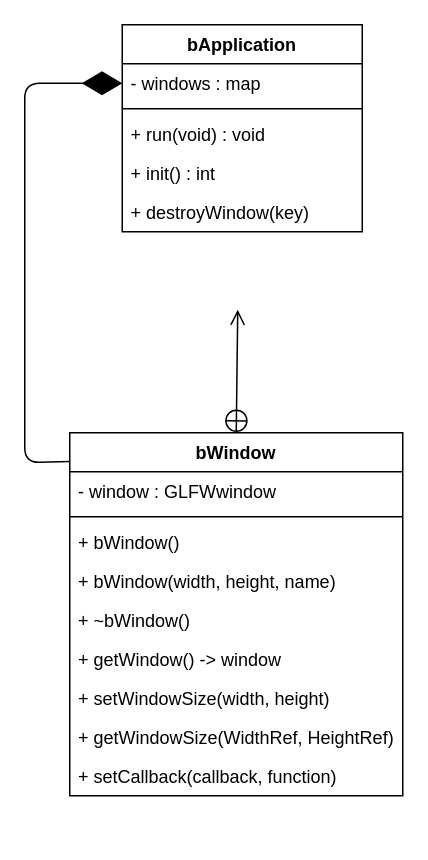
Before: docs/bApplication.drawio in LowFire/blazer3d, a draw.io diagram. Source tidied: cells renumbered, new cells numbered last; positions are measured from the earlier drawing's top-left corner, leaving out a move shared by most shapes. Both pictures are drawn from the tidied source at 150%, with x=0, y=0 at pixel (24, 24).
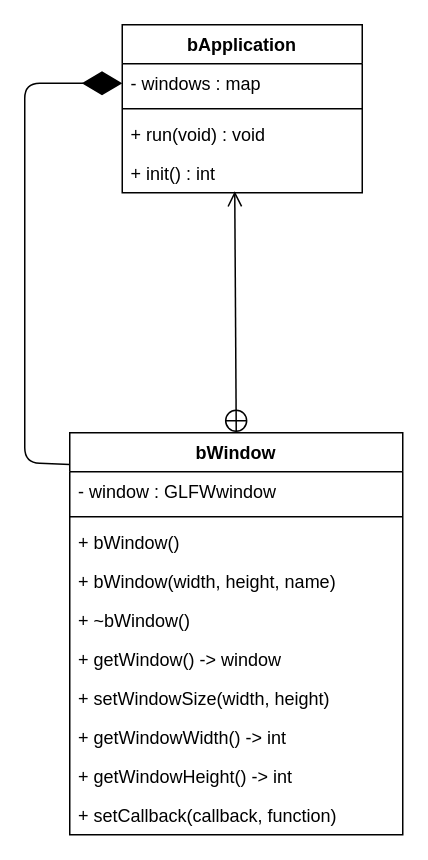
The same page after the edit.

The edit, as a diff of the source:
```diff
@@
     <mxCell id="2" value="bApplication" style="swimlane;fontStyle=1;align=center;verticalAlign=top;horizontal=1;startSize=26;" parent="1" vertex="1">
-      <mxGeometry x="65" width="160" height="138" as="geometry" />
+      <mxGeometry x="65" width="160" height="112" as="geometry" />
     </mxCell>
@@
-    <mxCell id="7" value="+ destroyWindow(key)" style="text;strokeColor=none;fillColor=none;align=left;verticalAlign=top;spacingLeft=4;spacingRight=4;overflow=hidden;" parent="2" vertex="1">
-      <mxGeometry y="112" width="160" height="26" as="geometry" />
-    </mxCell>
     <mxCell id="8" value="bWindow" style="swimlane;fontStyle=1;align=center;verticalAlign=top;horizontal=1;startSize=26;" parent="1" vertex="1">
-      <mxGeometry x="30" y="272" width="222" height="242" as="geometry" />
+      <mxGeometry x="30" y="272" width="222" height="268" as="geometry" />
     </mxCell>
@@
-    <mxCell id="16" value="+ getWindowSize(WidthRef, HeightRef) " style="text;strokeColor=none;fillColor=none;align=left;verticalAlign=top;spacingLeft=4;spacingRight=4;overflow=hidden;" parent="8" vertex="1">
+    <mxCell id="16" value="+ getWindowWidth() -&gt; int " style="text;strokeColor=none;fillColor=none;align=left;verticalAlign=top;spacingLeft=4;spacingRight=4;overflow=hidden;" parent="8" vertex="1">
       <mxGeometry y="190" width="222" height="26" as="geometry" />
     </mxCell>
+    <mxCell id="20" value="+ getWindowHeight() -&gt; int " style="text;strokeColor=none;fillColor=none;align=left;verticalAlign=top;spacingLeft=4;spacingRight=4;overflow=hidden;" parent="8" vertex="1">
+      <mxGeometry y="216" width="222" height="26" as="geometry" />
+    </mxCell>
     <mxCell id="17" value="+ setCallback(callback, function)" style="text;strokeColor=none;fillColor=none;align=left;verticalAlign=top;spacingLeft=4;spacingRight=4;overflow=hidden;" parent="8" vertex="1">
-      <mxGeometry y="216" width="222" height="26" as="geometry" />
+      <mxGeometry y="242" width="222" height="26" as="geometry" />
     </mxCell>
@@
     <mxCell id="19" style="endArrow=open;startArrow=circlePlus;endFill=0;startFill=0;endSize=8;html=1;exitX=0.5;exitY=0;exitDx=0;exitDy=0;" parent="1" edge="1" source="8">
       <mxGeometry relative="1" as="geometry">
-        <mxPoint x="142" y="190" as="targetPoint" />
+        <mxPoint x="140" y="111" as="targetPoint" />
       </mxGeometry>
     </mxCell>
```
